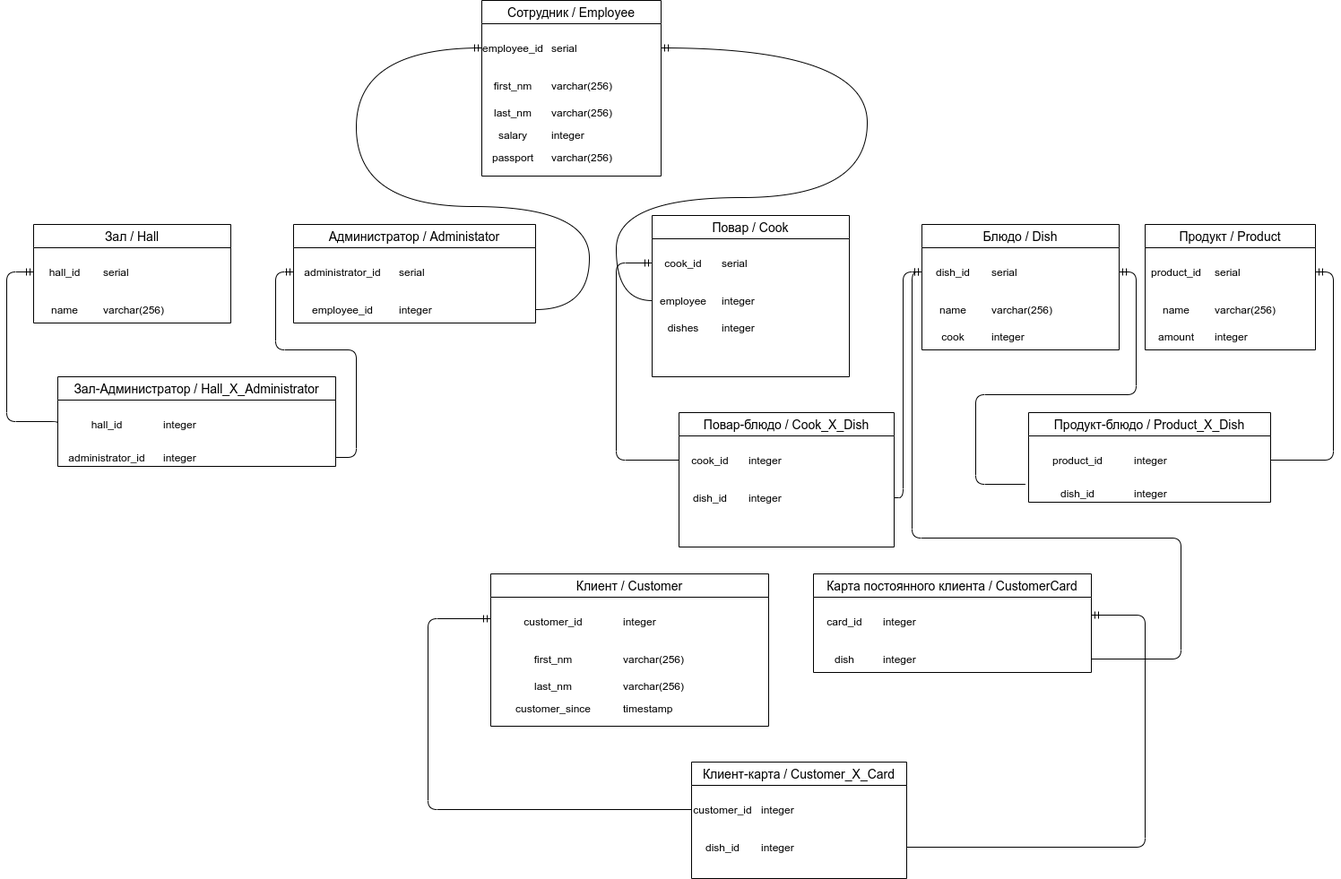
Above: doc/logic.png in bshelkhonov/Restaurant (draw.io), before the change. Source tidied: cells renumbered, new cells last; positions are measured from the earlier drawing's top-left corner, leaving out a move shared by most shapes.
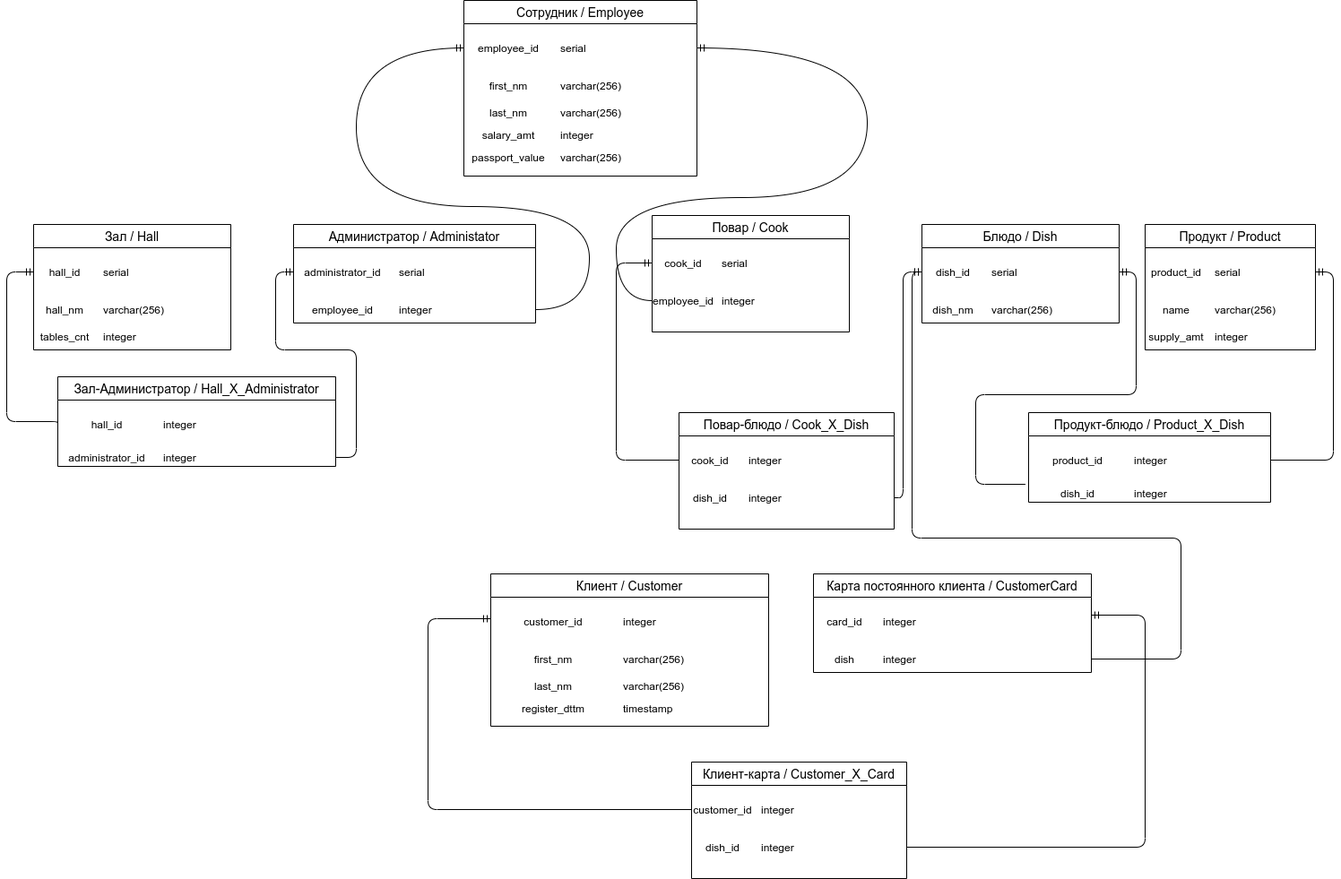
Above is the later version.

Change to the diagram source:
```diff
@@ -13,61 +13,61 @@
       </mxGeometry>
     </mxCell>
     <mxCell id="3" value="Сотрудник / Employee" style="swimlane;fontStyle=0;horizontal=1;startSize=26;align=center;fontSize=14;strokeColor=#000000;" parent="1" vertex="1">
-      <mxGeometry x="530" width="200" height="196" as="geometry" />
+      <mxGeometry x="510" width="260" height="196" as="geometry" />
     </mxCell>
     <mxCell id="4" style="shape=table;startSize=0;rowLines=0;fontStyle=0;align=center;strokeColor=none;fillColor=none;" parent="3" vertex="1">
-      <mxGeometry y="26" width="200" height="170" as="geometry" />
+      <mxGeometry y="26" width="260" height="170" as="geometry" />
     </mxCell>
     <mxCell id="5" style="shape=partialRectangle;fillColor=none;top=0;left=0;bottom=0;right=0;points=[[0,0.5],[1,0.5]];portConstraint=eastwest;" parent="4" vertex="1">
-      <mxGeometry width="200" height="54" as="geometry" />
+      <mxGeometry width="260" height="54" as="geometry" />
     </mxCell>
     <mxCell id="6" value="employee_id" style="shape=partialRectangle;fillColor=none;top=0;left=0;bottom=0;right=0;fontStyle=0;overflow=hidden;" parent="5" vertex="1">
-      <mxGeometry width="70" height="54" as="geometry" />
+      <mxGeometry width="100" height="54" as="geometry" />
     </mxCell>
     <mxCell id="7" value="serial" style="shape=partialRectangle;fillColor=none;top=0;left=0;bottom=0;right=0;align=left;spacingLeft=6;fontStyle=0;overflow=hidden;" parent="5" vertex="1">
-      <mxGeometry x="70" width="130" height="54" as="geometry" />
+      <mxGeometry x="100" width="160" height="54" as="geometry" />
     </mxCell>
     <mxCell id="8" style="shape=partialRectangle;fillColor=none;top=0;left=0;bottom=0;right=0;" parent="4" vertex="1">
-      <mxGeometry y="54" width="200" height="30" as="geometry" />
+      <mxGeometry y="54" width="260" height="30" as="geometry" />
     </mxCell>
     <mxCell id="9" value="first_nm" style="shape=partialRectangle;fillColor=none;top=0;left=0;bottom=0;right=0;fontStyle=0;overflow=hidden;" parent="8" vertex="1">
-      <mxGeometry width="70" height="30" as="geometry" />
+      <mxGeometry width="100" height="30" as="geometry" />
     </mxCell>
     <mxCell id="10" value="varchar(256)" style="shape=partialRectangle;fillColor=none;top=0;left=0;bottom=0;right=0;align=left;spacingLeft=6;fontStyle=0;overflow=hidden;" parent="8" vertex="1">
-      <mxGeometry x="70" width="130" height="30" as="geometry" />
+      <mxGeometry x="100" width="160" height="30" as="geometry" />
     </mxCell>
     <mxCell id="11" style="shape=partialRectangle;fillColor=none;top=0;left=0;bottom=0;right=0;strokeColor=#000000;" parent="4" vertex="1">
-      <mxGeometry y="84" width="200" height="30" as="geometry" />
+      <mxGeometry y="84" width="260" height="30" as="geometry" />
     </mxCell>
     <mxCell id="12" value="last_nm" style="shape=partialRectangle;fillColor=none;top=0;left=0;bottom=0;right=0;fontStyle=0;overflow=hidden;" parent="11" vertex="1">
-      <mxGeometry width="70" height="30" as="geometry" />
+      <mxGeometry width="100" height="30" as="geometry" />
     </mxCell>
     <mxCell id="13" value="varchar(256)" style="shape=partialRectangle;fillColor=none;top=0;left=0;bottom=0;right=0;align=left;spacingLeft=6;fontStyle=0;overflow=hidden;" parent="11" vertex="1">
-      <mxGeometry x="70" width="130" height="30" as="geometry" />
+      <mxGeometry x="100" width="160" height="30" as="geometry" />
     </mxCell>
     <mxCell id="14" style="shape=partialRectangle;fillColor=none;top=0;left=0;bottom=0;right=0;strokeColor=#000000;" parent="4" vertex="1">
-      <mxGeometry y="114" width="200" height="20" as="geometry" />
+      <mxGeometry y="114" width="260" height="20" as="geometry" />
     </mxCell>
-    <mxCell id="15" value="salary" style="shape=partialRectangle;fillColor=none;top=0;left=0;bottom=0;right=0;fontStyle=0;overflow=hidden;" parent="14" vertex="1">
-      <mxGeometry width="70" height="20" as="geometry" />
+    <mxCell id="15" value="salary_amt" style="shape=partialRectangle;fillColor=none;top=0;left=0;bottom=0;right=0;fontStyle=0;overflow=hidden;" parent="14" vertex="1">
+      <mxGeometry width="100" height="20" as="geometry" />
     </mxCell>
     <mxCell id="16" value="integer" style="shape=partialRectangle;fillColor=none;top=0;left=0;bottom=0;right=0;align=left;spacingLeft=6;fontStyle=0;overflow=hidden;" parent="14" vertex="1">
-      <mxGeometry x="70" width="130" height="20" as="geometry" />
+      <mxGeometry x="100" width="160" height="20" as="geometry" />
     </mxCell>
     <mxCell id="17" style="shape=partialRectangle;fillColor=none;top=0;left=0;bottom=0;right=0;" parent="4" vertex="1">
-      <mxGeometry y="134" width="200" height="30" as="geometry" />
+      <mxGeometry y="134" width="260" height="30" as="geometry" />
     </mxCell>
-    <mxCell id="18" value="passport" style="shape=partialRectangle;fillColor=none;top=0;left=0;bottom=0;right=0;fontStyle=0;overflow=hidden;" parent="17" vertex="1">
-      <mxGeometry width="70" height="30" as="geometry" />
+    <mxCell id="18" value="passport_value" style="shape=partialRectangle;fillColor=none;top=0;left=0;bottom=0;right=0;fontStyle=0;overflow=hidden;" parent="17" vertex="1">
+      <mxGeometry width="100" height="30" as="geometry" />
     </mxCell>
     <mxCell id="19" value="varchar(256)" style="shape=partialRectangle;fillColor=none;top=0;left=0;bottom=0;right=0;align=left;spacingLeft=6;fontStyle=0;overflow=hidden;" parent="17" vertex="1">
-      <mxGeometry x="70" width="130" height="30" as="geometry" />
+      <mxGeometry x="100" width="160" height="30" as="geometry" />
     </mxCell>
     <mxCell id="20" value="Повар / Cook" style="swimlane;fontStyle=0;horizontal=1;startSize=26;align=center;fontSize=14;strokeColor=#000000;" parent="1" vertex="1">
-      <mxGeometry x="720" y="240" width="220" height="180" as="geometry" />
+      <mxGeometry x="720" y="240" width="220" height="130" as="geometry" />
     </mxCell>
     <mxCell id="21" style="shape=table;startSize=0;rowLines=0;fontStyle=0;align=center;strokeColor=none;fillColor=none;" parent="20" vertex="1">
-      <mxGeometry y="26" width="220" height="154" as="geometry" />
+      <mxGeometry y="26" width="220" height="104" as="geometry" />
     </mxCell>
     <mxCell id="22" style="shape=partialRectangle;fillColor=none;top=0;left=0;bottom=0;right=0;points=[[0,0.5],[1,0.5]];portConstraint=eastwest;" parent="21" vertex="1">
       <mxGeometry width="220" height="54" as="geometry" />
@@ -81,30 +81,12 @@
     <mxCell id="25" style="shape=partialRectangle;fillColor=none;top=0;left=0;bottom=0;right=0;points=[[0,0.5],[1,0.5]];portConstraint=eastwest;" parent="21" vertex="1">
       <mxGeometry y="54" width="220" height="30" as="geometry" />
     </mxCell>
-    <mxCell id="26" value="employee" style="shape=partialRectangle;fillColor=none;top=0;left=0;bottom=0;right=0;fontStyle=0;overflow=hidden;" parent="25" vertex="1">
+    <mxCell id="26" value="employee_id" style="shape=partialRectangle;fillColor=none;top=0;left=0;bottom=0;right=0;fontStyle=0;overflow=hidden;" parent="25" vertex="1">
       <mxGeometry width="70" height="30" as="geometry" />
     </mxCell>
     <mxCell id="27" value="integer" style="shape=partialRectangle;fillColor=none;top=0;left=0;bottom=0;right=0;align=left;spacingLeft=6;fontStyle=0;overflow=hidden;" parent="25" vertex="1">
       <mxGeometry x="70" width="150" height="30" as="geometry" />
     </mxCell>
-    <mxCell id="28" style="shape=partialRectangle;fillColor=none;top=0;left=0;bottom=0;right=0;strokeColor=#000000;" parent="21" vertex="1">
-      <mxGeometry y="84" width="220" height="30" as="geometry" />
-    </mxCell>
-    <mxCell id="29" value="dishes" style="shape=partialRectangle;fillColor=none;top=0;left=0;bottom=0;right=0;fontStyle=0;overflow=hidden;" parent="28" vertex="1">
-      <mxGeometry width="70" height="30" as="geometry" />
-    </mxCell>
-    <mxCell id="30" value="integer" style="shape=partialRectangle;fillColor=none;top=0;left=0;bottom=0;right=0;align=left;spacingLeft=6;fontStyle=0;overflow=hidden;" parent="28" vertex="1">
-      <mxGeometry x="70" width="150" height="30" as="geometry" />
-    </mxCell>
-    <mxCell id="31" style="shape=partialRectangle;fillColor=none;top=0;left=0;bottom=0;right=0;strokeColor=#000000;" parent="21" vertex="1">
-      <mxGeometry y="114" width="220" height="20" as="geometry" />
-    </mxCell>
-    <mxCell id="32" style="shape=partialRectangle;fillColor=none;top=0;left=0;bottom=0;right=0;fontStyle=0;overflow=hidden;" parent="31" vertex="1">
-      <mxGeometry width="70" height="20" as="geometry" />
-    </mxCell>
-    <mxCell id="33" style="shape=partialRectangle;fillColor=none;top=0;left=0;bottom=0;right=0;align=left;spacingLeft=6;fontStyle=0;overflow=hidden;" parent="31" vertex="1">
-      <mxGeometry x="70" width="150" height="20" as="geometry" />
-    </mxCell>
     <mxCell id="34" style="edgeStyle=orthogonalEdgeStyle;fontSize=12;html=1;endArrow=none;startArrow=ERmandOne;entryX=0;entryY=0.5;entryDx=0;entryDy=0;exitX=1;exitY=0.5;exitDx=0;exitDy=0;endFill=0;startFill=0;curved=1;" parent="1" edge="1" source="5" target="25">
       <mxGeometry relative="1" as="geometry">
         <Array as="points">
@@ -151,10 +133,10 @@
       </mxGeometry>
     </mxCell>
     <mxCell id="44" value="Зал / Hall" style="swimlane;fontStyle=0;horizontal=1;startSize=26;align=center;fontSize=14;strokeColor=#000000;" parent="1" vertex="1">
-      <mxGeometry x="30" y="250" width="220" height="110" as="geometry" />
+      <mxGeometry x="30" y="250" width="220" height="140" as="geometry" />
     </mxCell>
     <mxCell id="45" style="shape=table;startSize=0;rowLines=0;fontStyle=0;align=center;strokeColor=none;fillColor=none;" parent="44" vertex="1">
-      <mxGeometry y="26" width="220" height="84" as="geometry" />
+      <mxGeometry y="26" width="220" height="114" as="geometry" />
     </mxCell>
     <mxCell id="46" style="shape=partialRectangle;fillColor=none;top=0;left=0;bottom=0;right=0;points=[[0,0.5],[1,0.5]];portConstraint=eastwest;" parent="45" vertex="1">
       <mxGeometry width="220" height="54" as="geometry" />
@@ -168,17 +150,26 @@
     <mxCell id="49" style="shape=partialRectangle;fillColor=none;top=0;left=0;bottom=0;right=0;" parent="45" vertex="1">
       <mxGeometry y="54" width="220" height="30" as="geometry" />
     </mxCell>
-    <mxCell id="50" value="name" style="shape=partialRectangle;fillColor=none;top=0;left=0;bottom=0;right=0;fontStyle=0;overflow=hidden;" parent="49" vertex="1">
+    <mxCell id="50" value="hall_nm" style="shape=partialRectangle;fillColor=none;top=0;left=0;bottom=0;right=0;fontStyle=0;overflow=hidden;" parent="49" vertex="1">
       <mxGeometry width="70" height="30" as="geometry" />
     </mxCell>
     <mxCell id="51" value="varchar(256)" style="shape=partialRectangle;fillColor=none;top=0;left=0;bottom=0;right=0;align=left;spacingLeft=6;fontStyle=0;overflow=hidden;" parent="49" vertex="1">
       <mxGeometry x="70" width="150" height="30" as="geometry" />
     </mxCell>
+    <mxCell id="139" style="shape=partialRectangle;fillColor=none;top=0;left=0;bottom=0;right=0;" parent="45" vertex="1">
+      <mxGeometry y="84" width="220" height="30" as="geometry" />
+    </mxCell>
+    <mxCell id="140" value="tables_cnt" style="shape=partialRectangle;fillColor=none;top=0;left=0;bottom=0;right=0;fontStyle=0;overflow=hidden;" parent="139" vertex="1">
+      <mxGeometry width="70" height="30" as="geometry" />
+    </mxCell>
+    <mxCell id="141" value="integer" style="shape=partialRectangle;fillColor=none;top=0;left=0;bottom=0;right=0;align=left;spacingLeft=6;fontStyle=0;overflow=hidden;" parent="139" vertex="1">
+      <mxGeometry x="70" width="150" height="30" as="geometry" />
+    </mxCell>
     <mxCell id="52" value="Блюдо / Dish" style="swimlane;fontStyle=0;horizontal=1;startSize=26;align=center;fontSize=14;strokeColor=#000000;" parent="1" vertex="1">
-      <mxGeometry x="1021" y="250" width="220" height="140" as="geometry" />
+      <mxGeometry x="1021" y="250" width="220" height="110" as="geometry" />
     </mxCell>
     <mxCell id="53" style="shape=table;startSize=0;rowLines=0;fontStyle=0;align=center;strokeColor=none;fillColor=none;" parent="52" vertex="1">
-      <mxGeometry y="26" width="220" height="114" as="geometry" />
+      <mxGeometry y="26" width="220" height="84" as="geometry" />
     </mxCell>
     <mxCell id="54" style="shape=partialRectangle;fillColor=none;top=0;left=0;bottom=0;right=0;points=[[0,0.5],[1,0.5]];portConstraint=eastwest;" parent="53" vertex="1">
       <mxGeometry width="220" height="54" as="geometry" />
@@ -192,21 +183,12 @@
     <mxCell id="57" style="shape=partialRectangle;fillColor=none;top=0;left=0;bottom=0;right=0;" parent="53" vertex="1">
       <mxGeometry y="54" width="220" height="30" as="geometry" />
     </mxCell>
-    <mxCell id="58" value="name" style="shape=partialRectangle;fillColor=none;top=0;left=0;bottom=0;right=0;fontStyle=0;overflow=hidden;" parent="57" vertex="1">
+    <mxCell id="58" value="dish_nm" style="shape=partialRectangle;fillColor=none;top=0;left=0;bottom=0;right=0;fontStyle=0;overflow=hidden;" parent="57" vertex="1">
       <mxGeometry width="70" height="30" as="geometry" />
     </mxCell>
     <mxCell id="59" value="varchar(256)" style="shape=partialRectangle;fillColor=none;top=0;left=0;bottom=0;right=0;align=left;spacingLeft=6;fontStyle=0;overflow=hidden;" parent="57" vertex="1">
       <mxGeometry x="70" width="150" height="30" as="geometry" />
     </mxCell>
-    <mxCell id="60" style="shape=partialRectangle;fillColor=none;top=0;left=0;bottom=0;right=0;strokeColor=#000000;" parent="53" vertex="1">
-      <mxGeometry y="84" width="220" height="30" as="geometry" />
-    </mxCell>
-    <mxCell id="61" value="cook" style="shape=partialRectangle;fillColor=none;top=0;left=0;bottom=0;right=0;fontStyle=0;overflow=hidden;" parent="60" vertex="1">
-      <mxGeometry width="70" height="30" as="geometry" />
-    </mxCell>
-    <mxCell id="62" value="integer" style="shape=partialRectangle;fillColor=none;top=0;left=0;bottom=0;right=0;align=left;spacingLeft=6;fontStyle=0;overflow=hidden;" parent="60" vertex="1">
-      <mxGeometry x="70" width="150" height="30" as="geometry" />
-    </mxCell>
     <mxCell id="63" value="Продукт / Product" style="swimlane;fontStyle=0;horizontal=1;startSize=26;align=center;fontSize=14;strokeColor=#000000;" parent="1" vertex="1">
       <mxGeometry x="1270" y="250" width="190" height="140" as="geometry" />
     </mxCell>
@@ -234,7 +216,7 @@
     <mxCell id="71" style="shape=partialRectangle;fillColor=none;top=0;left=0;bottom=0;right=0;strokeColor=#000000;" parent="64" vertex="1">
       <mxGeometry y="84" width="190" height="30" as="geometry" />
     </mxCell>
-    <mxCell id="72" value="amount" style="shape=partialRectangle;fillColor=none;top=0;left=0;bottom=0;right=0;fontStyle=0;overflow=hidden;" parent="71" vertex="1">
+    <mxCell id="72" value="supply_amt" style="shape=partialRectangle;fillColor=none;top=0;left=0;bottom=0;right=0;fontStyle=0;overflow=hidden;" parent="71" vertex="1">
       <mxGeometry width="70" height="30" as="geometry" />
     </mxCell>
     <mxCell id="73" value="integer" style="shape=partialRectangle;fillColor=none;top=0;left=0;bottom=0;right=0;align=left;spacingLeft=6;fontStyle=0;overflow=hidden;" parent="71" vertex="1">
@@ -300,17 +282,17 @@
     <mxCell id="93" style="shape=partialRectangle;fillColor=none;top=0;left=0;bottom=0;right=0;strokeColor=#000000;" parent="83" vertex="1">
       <mxGeometry y="114" width="310" height="20" as="geometry" />
     </mxCell>
-    <mxCell id="94" value="customer_since" style="shape=partialRectangle;fillColor=none;top=0;left=0;bottom=0;right=0;fontStyle=0;overflow=hidden;" parent="93" vertex="1">
+    <mxCell id="94" value="register_dttm" style="shape=partialRectangle;fillColor=none;top=0;left=0;bottom=0;right=0;fontStyle=0;overflow=hidden;" parent="93" vertex="1">
       <mxGeometry width="140" height="20" as="geometry" />
     </mxCell>
     <mxCell id="95" value="timestamp" style="shape=partialRectangle;fillColor=none;top=0;left=0;bottom=0;right=0;align=left;spacingLeft=6;fontStyle=0;overflow=hidden;" parent="93" vertex="1">
       <mxGeometry x="140" width="170" height="20" as="geometry" />
     </mxCell>
     <mxCell id="96" value="Повар-блюдо / Cook_X_Dish" style="swimlane;fontStyle=0;horizontal=1;startSize=26;align=center;fontSize=14;strokeColor=#000000;" parent="1" vertex="1">
-      <mxGeometry x="750" y="460" width="240" height="150" as="geometry" />
+      <mxGeometry x="750" y="460" width="240" height="130" as="geometry" />
     </mxCell>
     <mxCell id="97" style="shape=table;startSize=0;rowLines=0;fontStyle=0;align=center;strokeColor=none;fillColor=none;" parent="96" vertex="1">
-      <mxGeometry y="26" width="240" height="124" as="geometry" />
+      <mxGeometry y="26" width="240" height="104" as="geometry" />
     </mxCell>
     <mxCell id="98" style="shape=partialRectangle;fillColor=none;top=0;left=0;bottom=0;right=0;points=[[0,0.5],[1,0.5]];portConstraint=eastwest;" parent="97" vertex="1">
       <mxGeometry width="240" height="54" as="geometry" />
@@ -330,15 +312,6 @@
     <mxCell id="103" value="integer" style="shape=partialRectangle;fillColor=none;top=0;left=0;bottom=0;right=0;align=left;spacingLeft=6;fontStyle=0;overflow=hidden;" parent="101" vertex="1">
       <mxGeometry x="70" width="170" height="30" as="geometry" />
     </mxCell>
-    <mxCell id="104" style="shape=partialRectangle;fillColor=none;top=0;left=0;bottom=0;right=0;strokeColor=#000000;" parent="97" vertex="1">
-      <mxGeometry y="84" width="240" height="20" as="geometry" />
-    </mxCell>
-    <mxCell id="105" style="shape=partialRectangle;fillColor=none;top=0;left=0;bottom=0;right=0;fontStyle=0;overflow=hidden;" parent="104" vertex="1">
-      <mxGeometry width="70" height="20" as="geometry" />
-    </mxCell>
-    <mxCell id="106" style="shape=partialRectangle;fillColor=none;top=0;left=0;bottom=0;right=0;align=left;spacingLeft=6;fontStyle=0;overflow=hidden;" parent="104" vertex="1">
-      <mxGeometry x="70" width="170" height="20" as="geometry" />
-    </mxCell>
     <mxCell id="107" style="fontSize=12;html=1;endArrow=none;endFill=0;entryX=0;entryY=0.5;entryDx=0;entryDy=0;exitX=0;exitY=0.5;exitDx=0;exitDy=0;startArrow=ERmandOne;startFill=0;edgeStyle=orthogonalEdgeStyle;" parent="1" edge="1" source="22" target="98">
       <mxGeometry relative="1" as="geometry">
         <Array as="points">
```
